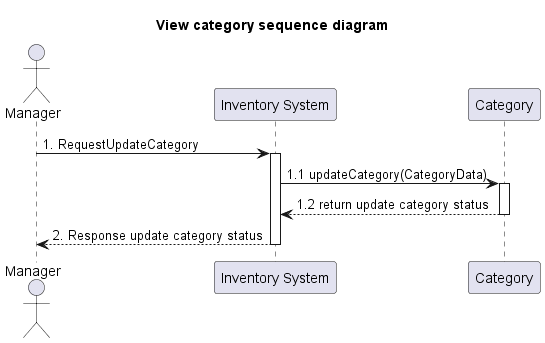
This is out/system-analysis/sequence/_3_3_sequence-update-category/_3_3_sequence-update-category.png from billowdev/inventory-system-plantuml-sequelize-seeder-example, a PlantUML export, as it was before one commit.
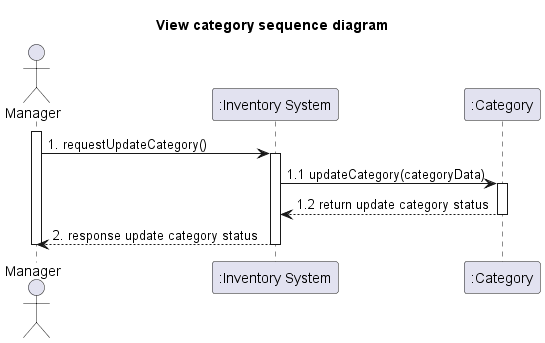
Later version of the same file.

Change to the diagram source:
```diff
@@ -2,21 +2,25 @@
 title View category sequence diagram
 
 actor Manager as actorManager
-participant "Inventory System" as InventorySystem
-participant "Category" as classCategory
+participant ":Inventory System" as InventorySystem
+participant ":Category" as classCategory
+
+activate actorManager
+
+actorManager -> InventorySystem: 1. requestUpdateCategory()
+activate InventorySystem
 
 
-actorManager -> InventorySystem: 1. RequestUpdateCategory
-activate InventorySystem
-
-InventorySystem -> classCategory: 1.1 updateCategory(CategoryData)
+InventorySystem -> classCategory: 1.1 updateCategory(categoryData)
 activate classCategory
 
 classCategory --> InventorySystem: 1.2 return update category status
 deactivate classCategory
 
-InventorySystem --> actorManager : 2. Response update category status
+InventorySystem --> actorManager : 2. response update category status
 
 deactivate InventorySystem
 
+deactivate actorManager
+
 @enduml
```
